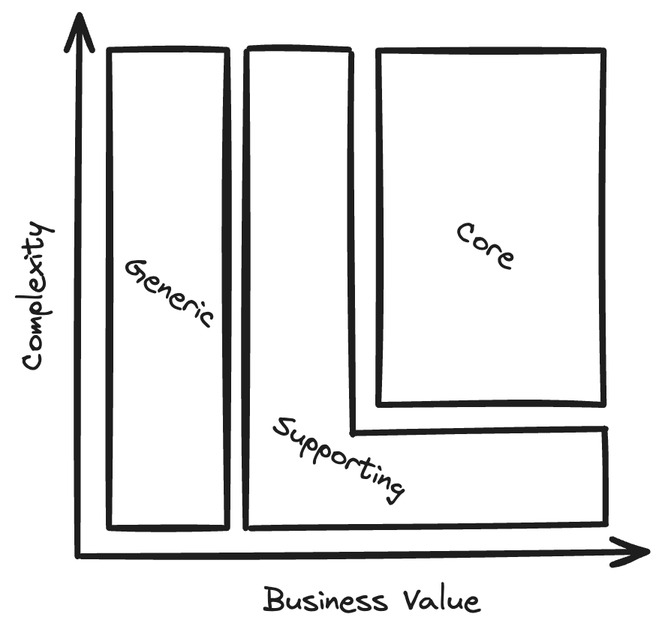
Before: assets/core-domain-model-4.png, a diagram exported from Excalidraw (wicked539/0-2x-engineer). Source tidied: one line per element, renumbered; positions are measured from the earlier drawing's top-left corner, leaving out a move shared by most shapes.
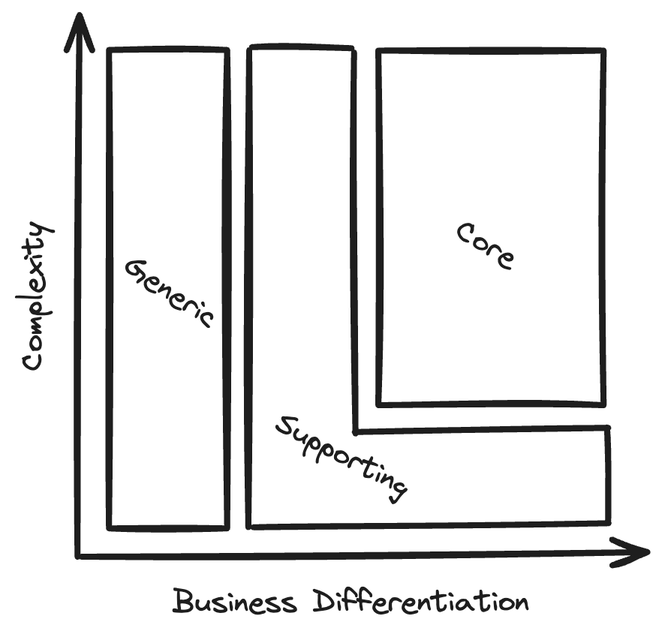
The same diagram one commit later.

Commit message:
update core domain graphic

Change to the diagram source:
```diff
@@ -1,15 +1,15 @@
 {"id": 0, "type": "arrow", "strokeColor": "#1e1e1e", "backgroundColor": "#ffc9c9", "fillStyle": "hachure", "strokeWidth": 4, "roughness": 1, "endArrowhead": "arrow", "x": 78, "y": 361, "width": 1, "height": 361, "points": [[0, 0], [1, -361]]}
 {"id": 1, "type": "text", "text": "Complexity", "strokeColor": "#1e1e1e", "angle": 4.72, "backgroundColor": "#ffc9c9", "fillStyle": "hachure", "strokeWidth": 4, "roughness": 1, "fontSize": 20, "fontFamily": 1, "x": 0, "y": 175, "width": 99, "height": 25}
 {"id": 2, "type": "arrow", "strokeColor": "#1e1e1e", "backgroundColor": "#ffc9c9", "fillStyle": "hachure", "strokeWidth": 4, "roughness": 1, "endArrowhead": "arrow", "x": 81, "y": 361, "width": 377, "height": 3, "points": [[0, 0], [377, -3]]}
-{"id": 3, "type": "text", "text": "Business Value", "strokeColor": "#1e1e1e", "angle": 6.28, "backgroundColor": "#ffc9c9", "fillStyle": "hachure", "strokeWidth": 4, "roughness": 1, "fontSize": 20, "fontFamily": 1, "x": 202, "y": 379, "width": 144, "height": 25}
+{"id": 3, "type": "text", "text": "Business Differentiation", "strokeColor": "#1e1e1e", "angle": 6.28, "backgroundColor": "#ffc9c9", "fillStyle": "hachure", "strokeWidth": 4, "roughness": 1, "fontSize": 20, "fontFamily": 1, "x": 142, "y": 379, "width": 237, "height": 25}
 {"id": 4, "type": "rectangle", "strokeColor": "#1e1e1e", "strokeWidth": 4, "roughness": 1, "x": 99, "y": 23, "width": 79, "height": 319}
 {"id": 5, "type": "rectangle", "strokeColor": "#1e1e1e", "strokeWidth": 4, "roughness": 1, "x": 279, "y": 24, "width": 150, "height": 236}
-{"id": 6, "type": "line", "strokeColor": "#1e1e1e", "strokeWidth": 4, "roughness": 1, "x": 191, "y": 24, "width": 1, "height": 318, "points": [[0, 0], [-1, 318]]}
+{"id": 6, "type": "line", "strokeColor": "#1e1e1e", "strokeWidth": 4, "roughness": 1, "x": 193, "y": 23, "width": 1, "height": 318, "points": [[0, 0], [-1, 318]]}
-{"id": 7, "type": "line", "strokeColor": "#1e1e1e", "strokeWidth": 4, "roughness": 1, "x": 194, "y": 342, "width": 237, "height": 3, "points": [[0, 0], [237, -3]]}
+{"id": 7, "type": "line", "strokeColor": "#1e1e1e", "strokeWidth": 4, "roughness": 1, "x": 196, "y": 341, "width": 237, "height": 3, "points": [[0, 0], [237, -3]]}
-{"id": 8, "type": "line", "strokeColor": "#1e1e1e", "strokeWidth": 4, "roughness": 1, "x": 430, "y": 338, "width": 1, "height": 63, "points": [[0, 0], [-1, -63]]}
+{"id": 8, "type": "line", "strokeColor": "#1e1e1e", "strokeWidth": 4, "roughness": 1, "x": 432, "y": 337, "width": 1, "height": 63, "points": [[0, 0], [-1, -63]]}
-{"id": 9, "type": "line", "strokeColor": "#1e1e1e", "strokeWidth": 4, "roughness": 1, "x": 193, "y": 22, "width": 66, "height": 1, "points": [[0, 0], [66, 1]]}
+{"id": 9, "type": "line", "strokeColor": "#1e1e1e", "strokeWidth": 4, "roughness": 1, "x": 195, "y": 21, "width": 66, "height": 1, "points": [[0, 0], [66, 1]]}
-{"id": 10, "type": "line", "strokeColor": "#1e1e1e", "strokeWidth": 4, "roughness": 1, "x": 261, "y": 26, "width": 1, "height": 254, "points": [[0, 0], [1, 254]]}
+{"id": 10, "type": "line", "strokeColor": "#1e1e1e", "strokeWidth": 4, "roughness": 1, "x": 263, "y": 25, "width": 1, "height": 254, "points": [[0, 0], [1, 254]]}
-{"id": 11, "type": "line", "strokeColor": "#1e1e1e", "strokeWidth": 4, "roughness": 1, "from": 13, "x": 261, "y": 279, "width": 169, "height": 3, "points": [[0, 0], [169, -3]]}
+{"id": 11, "type": "line", "strokeColor": "#1e1e1e", "strokeWidth": 4, "roughness": 1, "from": 13, "x": 263, "y": 278, "width": 169, "height": 3, "points": [[0, 0], [169, -3]]}
 {"id": 12, "type": "text", "text": "Generic", "strokeColor": "#1e1e1e", "angle": 0.58, "strokeWidth": 4, "roughness": 1, "fontSize": 20, "fontFamily": 1, "x": 105, "y": 172, "width": 70, "height": 25}
-{"id": 13, "type": "text", "text": "Supporting", "strokeColor": "#1e1e1e", "angle": 0.47, "strokeWidth": 4, "roughness": 1, "fontSize": 20, "fontFamily": 1, "x": 204, "y": 282, "width": 98, "height": 25}
+{"id": 13, "type": "text", "text": "Supporting", "strokeColor": "#1e1e1e", "angle": 0.47, "strokeWidth": 4, "roughness": 1, "fontSize": 20, "fontFamily": 1, "x": 206, "y": 281, "width": 98, "height": 25}
 {"id": 14, "type": "text", "text": "Core", "strokeColor": "#1e1e1e", "angle": 0.51, "strokeWidth": 4, "roughness": 1, "fontSize": 20.09, "fontFamily": 1, "x": 329, "y": 141, "width": 44, "height": 25}
```
